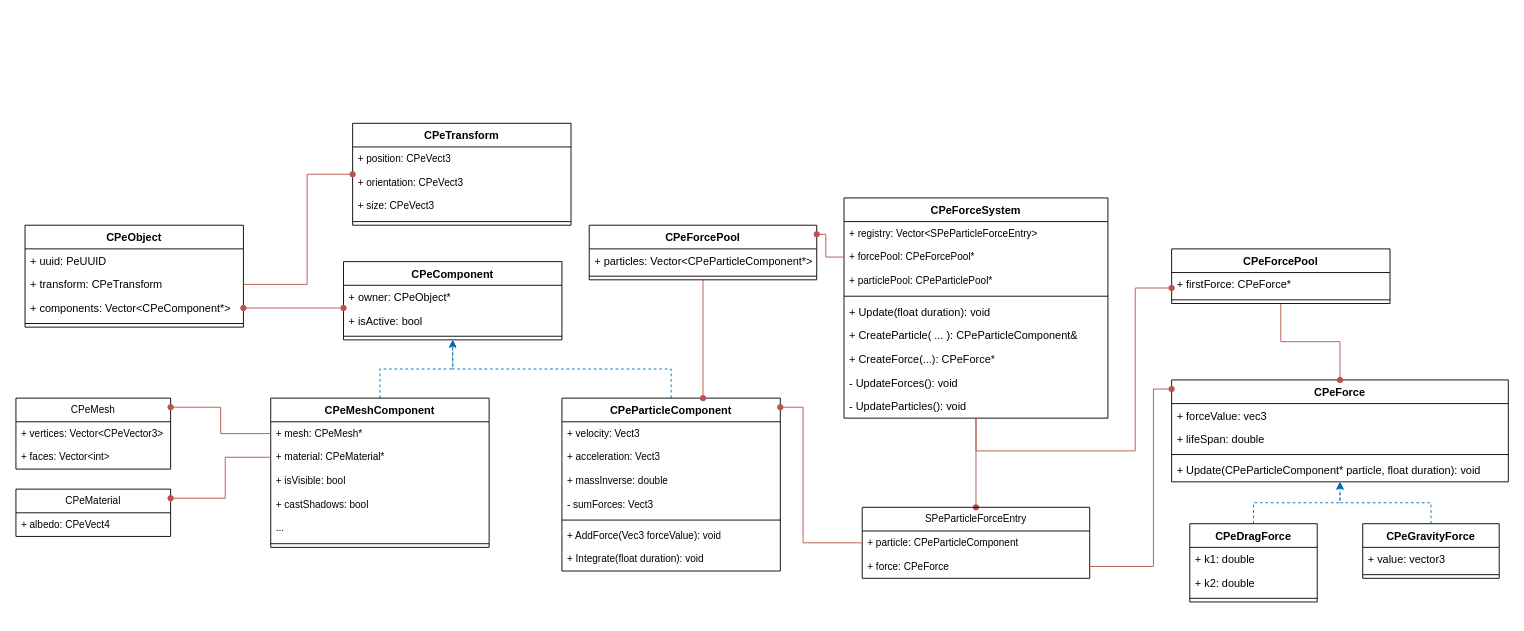
The draw.io diagram page "CES V2" (2 of 6) of docs/graphs/PepperEngine.drawio in Suiram24/PepperEngine, before the edit. Source tidied: cells renumbered, new cells numbered last; positions are measured from the earlier drawing's top-left corner, leaving out a move shared by most shapes. Both pictures are drawn from the tidied source at 91%, with x=0, y=0 at pixel (15, 123).
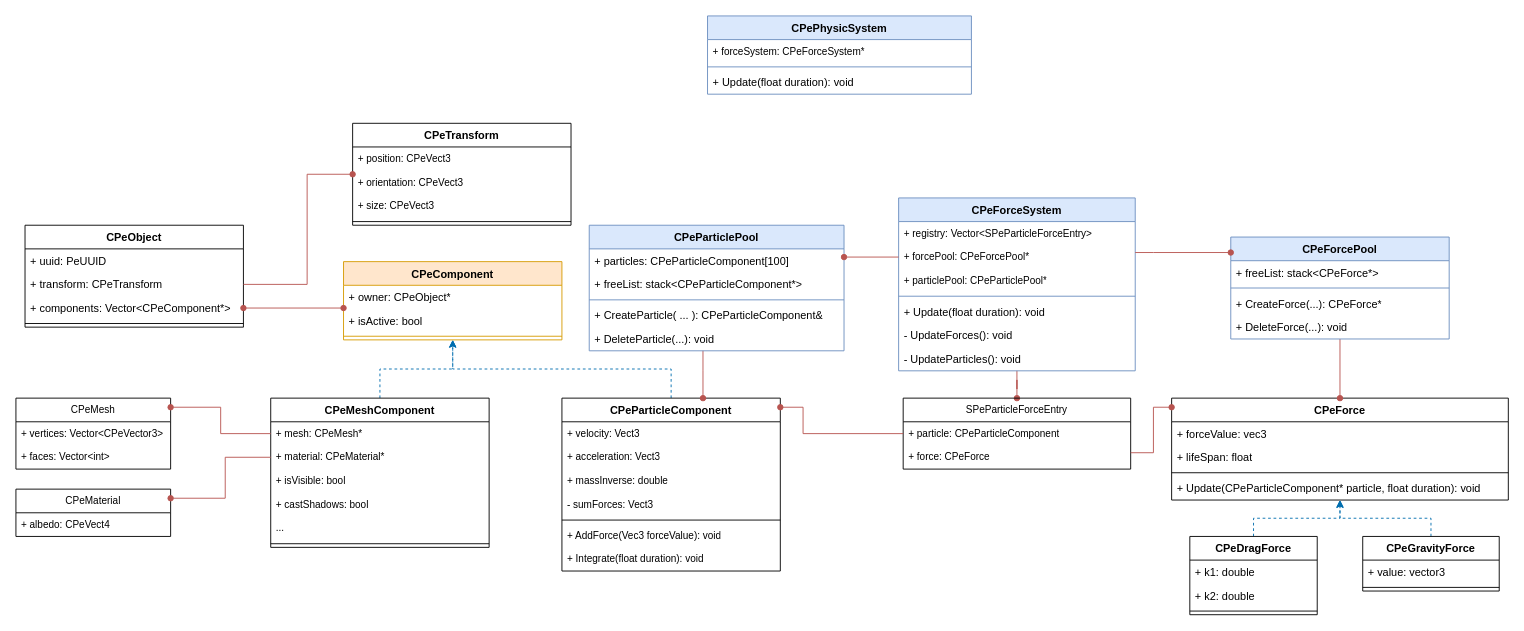
The same page after the edit.

Unchanged cells that the change refers to:
```xml
<mxCell id="12" value="CPeParticleComponent" style="swimlane;fontStyle=1;align=center;verticalAlign=top;horizontal=1;startSize=26;whiteSpace=wrap;html=1;" parent="1" vertex="1">
  <mxGeometry x="600" y="302" width="240" height="190" as="geometry" />
</mxCell>
<mxCell id="68" value="+ particle:&amp;nbsp;CPeParticleComponent" style="text;strokeColor=none;fillColor=none;align=left;verticalAlign=top;spacingLeft=4;spacingRight=4;overflow=hidden;points=[[0,0.5],[1,0.5]];portConstraint=eastwest;whiteSpace=wrap;html=1;fontSize=11;fontFamily=Helvetica;fontColor=default;" parent="67" vertex="1">
  <mxGeometry y="26" width="250" height="26" as="geometry" />
</mxCell>
<mxCell id="69" value="+ force:&amp;nbsp;CPeForce" style="text;strokeColor=none;fillColor=none;align=left;verticalAlign=top;spacingLeft=4;spacingRight=4;overflow=hidden;points=[[0,0.5],[1,0.5]];portConstraint=eastwest;whiteSpace=wrap;html=1;fontSize=11;fontFamily=Helvetica;fontColor=default;" parent="67" vertex="1">
  <mxGeometry y="52" width="250" height="26" as="geometry" />
</mxCell>
```

Change to the diagram source:
```diff
@@
-    <mxCell id="7" value="CPeComponent" style="swimlane;fontStyle=1;align=center;verticalAlign=top;horizontal=1;startSize=26;whiteSpace=wrap;html=1;" parent="1" vertex="1">
+    <mxCell id="7" value="CPeComponent" style="swimlane;fontStyle=1;align=center;verticalAlign=top;horizontal=1;startSize=26;whiteSpace=wrap;html=1;fillColor=#ffe6cc;strokeColor=#d79b00;" parent="1" vertex="1">
       <mxGeometry x="360" y="152" width="240" height="86" as="geometry" />
     </mxCell>
@@
     <mxCell id="42" value="CPeForce" style="swimlane;fontStyle=1;align=center;verticalAlign=top;horizontal=1;startSize=26;whiteSpace=wrap;html=1;" parent="1" vertex="1">
-      <mxGeometry x="1270" y="282" width="370" height="112" as="geometry" />
+      <mxGeometry x="1270" y="302" width="370" height="112" as="geometry" />
     </mxCell>
@@
-    <mxCell id="44" value="+ lifeSpan: double" style="text;strokeColor=none;fillColor=none;align=left;verticalAlign=top;spacingLeft=4;spacingRight=4;overflow=hidden;whiteSpace=wrap;html=1;" parent="42" vertex="1">
+    <mxCell id="44" value="+ lifeSpan: float" style="text;strokeColor=none;fillColor=none;align=left;verticalAlign=top;spacingLeft=4;spacingRight=4;overflow=hidden;whiteSpace=wrap;html=1;" parent="42" vertex="1">
       <mxGeometry y="52" width="370" height="26" as="geometry" />
     </mxCell>
@@
     <mxCell id="48" value="CPeDragForce" style="swimlane;fontStyle=1;align=center;verticalAlign=top;horizontal=1;startSize=26;whiteSpace=wrap;html=1;" parent="1" vertex="1">
-      <mxGeometry x="1290" y="440" width="140" height="86" as="geometry" />
+      <mxGeometry x="1290" y="454" width="140" height="86" as="geometry" />
     </mxCell>
@@
-    <mxCell id="53" value="CPeForceSystem" style="swimlane;fontStyle=1;align=center;verticalAlign=top;horizontal=1;startSize=26;whiteSpace=wrap;html=1;" parent="1" vertex="1">
-      <mxGeometry x="910" y="82" width="290" height="242" as="geometry" />
+    <mxCell id="53" value="CPeForceSystem" style="swimlane;fontStyle=1;align=center;verticalAlign=top;horizontal=1;startSize=26;whiteSpace=wrap;html=1;fillColor=#dae8fc;strokeColor=#6c8ebf;" parent="1" vertex="1">
+      <mxGeometry x="970" y="82" width="260" height="190" as="geometry" />
     </mxCell>
     <mxCell id="54" value="+ registry:&amp;nbsp;Vector&amp;lt;SPeParticleForceEntry&amp;gt;" style="text;strokeColor=none;fillColor=none;align=left;verticalAlign=top;spacingLeft=4;spacingRight=4;overflow=hidden;whiteSpace=wrap;html=1;fontSize=11;fontFamily=Helvetica;fontColor=default;" parent="53" vertex="1">
-      <mxGeometry y="26" width="290" height="26" as="geometry" />
+      <mxGeometry y="26" width="260" height="26" as="geometry" />
     </mxCell>
     <mxCell id="55" value="+ forcePool:&amp;nbsp;CPeForcePool*" style="text;strokeColor=none;fillColor=none;align=left;verticalAlign=top;spacingLeft=4;spacingRight=4;overflow=hidden;points=[[0,0.5],[1,0.5]];portConstraint=eastwest;whiteSpace=wrap;html=1;fontSize=11;fontFamily=Helvetica;fontColor=default;" parent="53" vertex="1">
-      <mxGeometry y="52" width="290" height="26" as="geometry" />
+      <mxGeometry y="52" width="260" height="26" as="geometry" />
     </mxCell>
     <mxCell id="56" value="+ particlePool:&amp;nbsp;CPeParticlePool*" style="text;strokeColor=none;fillColor=none;align=left;verticalAlign=top;spacingLeft=4;spacingRight=4;overflow=hidden;whiteSpace=wrap;html=1;fontSize=11;fontFamily=Helvetica;fontColor=default;" parent="53" vertex="1">
-      <mxGeometry y="78" width="290" height="26" as="geometry" />
+      <mxGeometry y="78" width="260" height="26" as="geometry" />
     </mxCell>
     <mxCell id="57" style="line;strokeWidth=1;fillColor=none;align=left;verticalAlign=middle;spacingTop=-1;spacingLeft=3;spacingRight=3;labelPosition=right;strokeColor=inherit;" parent="53" vertex="1">
-      <mxGeometry y="104" width="290" height="8" as="geometry" />
+      <mxGeometry y="104" width="260" height="8" as="geometry" />
     </mxCell>
     <mxCell id="58" value="+ Update(float duration): void" style="text;strokeColor=none;fillColor=none;align=left;verticalAlign=top;spacingLeft=4;spacingRight=4;overflow=hidden;whiteSpace=wrap;html=1;" parent="53" vertex="1">
-      <mxGeometry y="112" width="290" height="26" as="geometry" />
+      <mxGeometry y="112" width="260" height="26" as="geometry" />
     </mxCell>
-    <mxCell id="59" value="+ CreateParticle( ... ): CPeParticleComponent&amp;amp;" style="text;strokeColor=none;fillColor=none;align=left;verticalAlign=top;spacingLeft=4;spacingRight=4;overflow=hidden;whiteSpace=wrap;html=1;" parent="53" vertex="1">
-      <mxGeometry y="138" width="290" height="26" as="geometry" />
-    </mxCell>
-    <mxCell id="60" value="+ CreateForce(...): CPeForce*" style="text;strokeColor=none;fillColor=none;align=left;verticalAlign=top;spacingLeft=4;spacingRight=4;overflow=hidden;whiteSpace=wrap;html=1;" parent="53" vertex="1">
-      <mxGeometry y="164" width="290" height="26" as="geometry" />
-    </mxCell>
     <mxCell id="61" value="- UpdateForces(): void" style="text;strokeColor=none;fillColor=none;align=left;verticalAlign=top;spacingLeft=4;spacingRight=4;overflow=hidden;whiteSpace=wrap;html=1;" parent="53" vertex="1">
-      <mxGeometry y="190" width="290" height="26" as="geometry" />
+      <mxGeometry y="138" width="260" height="26" as="geometry" />
     </mxCell>
     <mxCell id="62" value="- UpdateParticles(): void" style="text;strokeColor=none;fillColor=none;align=left;verticalAlign=top;spacingLeft=4;spacingRight=4;overflow=hidden;whiteSpace=wrap;html=1;" parent="53" vertex="1">
-      <mxGeometry y="216" width="290" height="26" as="geometry" />
+      <mxGeometry y="164" width="260" height="26" as="geometry" />
     </mxCell>
@@
-    <mxCell id="64" value="CPeForcePool" style="swimlane;fontStyle=1;align=center;verticalAlign=top;horizontal=1;startSize=26;whiteSpace=wrap;html=1;" parent="1" vertex="1">
-      <mxGeometry x="1270" y="138" width="240" height="60" as="geometry" />
+    <mxCell id="64" value="CPeForcePool" style="swimlane;fontStyle=1;align=center;verticalAlign=top;horizontal=1;startSize=26;whiteSpace=wrap;html=1;fillColor=#dae8fc;strokeColor=#6c8ebf;" parent="1" vertex="1">
+      <mxGeometry x="1335" y="125" width="240" height="112" as="geometry" />
     </mxCell>
-    <mxCell id="65" value="+ firstForce:&amp;nbsp;CPeForce*" style="text;strokeColor=none;fillColor=none;align=left;verticalAlign=top;spacingLeft=4;spacingRight=4;overflow=hidden;whiteSpace=wrap;html=1;" parent="64" vertex="1">
-      <mxGeometry y="26" width="240" height="26" as="geometry" />
-    </mxCell>
+    <mxCell id="82" value="+ freeList: stack&amp;lt;CPeForce*&amp;gt;" style="text;strokeColor=none;fillColor=none;align=left;verticalAlign=top;spacingLeft=4;spacingRight=4;overflow=hidden;whiteSpace=wrap;html=1;" parent="64" vertex="1">
+      <mxGeometry y="26" width="240" height="26" as="geometry" />
+    </mxCell>
@@
+    <mxCell id="60" value="+ CreateForce(...): CPeForce*" style="text;strokeColor=none;fillColor=none;align=left;verticalAlign=top;spacingLeft=4;spacingRight=4;overflow=hidden;whiteSpace=wrap;html=1;" parent="64" vertex="1">
+      <mxGeometry y="60" width="240" height="26" as="geometry" />
+    </mxCell>
+    <mxCell id="83" value="+ DeleteForce(...): void" style="text;strokeColor=none;fillColor=none;align=left;verticalAlign=top;spacingLeft=4;spacingRight=4;overflow=hidden;whiteSpace=wrap;html=1;" parent="64" vertex="1">
+      <mxGeometry y="86" width="240" height="26" as="geometry" />
+    </mxCell>
     <mxCell id="67" value="SPeParticleForceEntry" style="swimlane;fontStyle=0;horizontal=1;startSize=26;fillColor=none;whiteSpace=wrap;html=1;fontFamily=Helvetica;fontSize=11;fontColor=default;" parent="1" vertex="1">
-      <mxGeometry x="930" y="422" width="250" height="78" as="geometry" />
+      <mxGeometry x="975" y="302" width="250" height="78" as="geometry" />
     </mxCell>
@@
-    <mxCell id="70" style="edgeStyle=orthogonalEdgeStyle;shape=connector;rounded=0;jettySize=auto;html=1;labelBackgroundColor=default;strokeColor=#b85450;align=center;verticalAlign=middle;fontFamily=Helvetica;fontSize=11;fontColor=default;endArrow=oval;endFill=1;fillColor=#f8cecc;" parent="1" edge="1" source="53" target="64">
+    <mxCell id="70" style="edgeStyle=orthogonalEdgeStyle;shape=connector;rounded=0;jettySize=auto;html=1;labelBackgroundColor=default;strokeColor=#b85450;align=center;verticalAlign=middle;fontFamily=Helvetica;fontSize=11;fontColor=default;endArrow=oval;endFill=1;fillColor=#f8cecc;" parent="1" edge="1" source="55" target="64">
       <mxGeometry relative="1" as="geometry">
         <Array as="points">
-          <mxPoint x="1055" y="360" />
-          <mxPoint x="1230" y="360" />
-          <mxPoint x="1230" y="181" />
+          <mxPoint x="1250" y="142" />
+          <mxPoint x="1250" y="142" />
         </Array>
       </mxGeometry>
     </mxCell>
     <mxCell id="71" style="edgeStyle=orthogonalEdgeStyle;shape=connector;rounded=0;jettySize=auto;html=1;labelBackgroundColor=default;strokeColor=#b85450;align=center;verticalAlign=middle;fontFamily=Helvetica;fontSize=11;fontColor=default;endArrow=oval;endFill=1;fillColor=#f8cecc;" parent="1" edge="1" source="68" target="12">
       <mxGeometry relative="1" as="geometry">
         <Array as="points">
-          <mxPoint x="865" y="461" />
+          <mxPoint x="865" y="341" />
           <mxPoint x="865" y="312" />
         </Array>
       </mxGeometry>
     </mxCell>
     <mxCell id="72" style="edgeStyle=orthogonalEdgeStyle;shape=connector;rounded=0;jettySize=auto;html=1;labelBackgroundColor=default;strokeColor=#b85450;align=center;verticalAlign=middle;fontFamily=Helvetica;fontSize=11;fontColor=default;endArrow=oval;endFill=1;fillColor=#f8cecc;" parent="1" edge="1" source="69" target="42">
       <mxGeometry relative="1" as="geometry">
         <Array as="points">
-          <mxPoint x="1250" y="487" />
-          <mxPoint x="1250" y="292" />
+          <mxPoint x="1250" y="362" />
+          <mxPoint x="1250" y="312" />
         </Array>
       </mxGeometry>
     </mxCell>
@@
     <mxCell id="74" value="CPeGravityForce" style="swimlane;fontStyle=1;align=center;verticalAlign=top;horizontal=1;startSize=26;whiteSpace=wrap;html=1;" parent="1" vertex="1">
-      <mxGeometry x="1480" y="440" width="150" height="60" as="geometry" />
+      <mxGeometry x="1480" y="454" width="150" height="60" as="geometry" />
     </mxCell>
@@
-    <mxCell id="78" value="CPeForcePool" style="swimlane;fontStyle=1;align=center;verticalAlign=top;horizontal=1;startSize=26;whiteSpace=wrap;html=1;" parent="1" vertex="1">
-      <mxGeometry x="630" y="112" width="250" height="60" as="geometry" />
+    <mxCell id="78" value="CPeParticlePool" style="swimlane;fontStyle=1;align=center;verticalAlign=top;horizontal=1;startSize=26;whiteSpace=wrap;html=1;fillColor=#dae8fc;strokeColor=#6c8ebf;" parent="1" vertex="1">
+      <mxGeometry x="630" y="112" width="280" height="138" as="geometry" />
     </mxCell>
-    <mxCell id="79" value="+ particles: Vector&amp;lt;CPeParticleComponent*&amp;gt;" style="text;strokeColor=none;fillColor=none;align=left;verticalAlign=top;spacingLeft=4;spacingRight=4;overflow=hidden;whiteSpace=wrap;html=1;" parent="78" vertex="1">
-      <mxGeometry y="26" width="250" height="26" as="geometry" />
+    <mxCell id="79" value="+ particles: CPeParticleComponent[100]" style="text;strokeColor=none;fillColor=none;align=left;verticalAlign=top;spacingLeft=4;spacingRight=4;overflow=hidden;whiteSpace=wrap;html=1;" parent="78" vertex="1">
+      <mxGeometry y="26" width="280" height="26" as="geometry" />
     </mxCell>
+    <mxCell id="84" value="+ freeList: stack&amp;lt;CPeParticleComponent*&amp;gt;" style="text;strokeColor=none;fillColor=none;align=left;verticalAlign=top;spacingLeft=4;spacingRight=4;overflow=hidden;whiteSpace=wrap;html=1;" parent="78" vertex="1">
+      <mxGeometry y="52" width="280" height="26" as="geometry" />
+    </mxCell>
     <mxCell id="80" style="line;strokeWidth=1;fillColor=none;align=left;verticalAlign=middle;spacingTop=-1;spacingLeft=3;spacingRight=3;labelPosition=right;strokeColor=inherit;" parent="78" vertex="1">
-      <mxGeometry y="52" width="250" height="8" as="geometry" />
+      <mxGeometry y="78" width="280" height="8" as="geometry" />
     </mxCell>
+    <mxCell id="59" value="+ CreateParticle( ... ): CPeParticleComponent&amp;amp;" style="text;strokeColor=none;fillColor=none;align=left;verticalAlign=top;spacingLeft=4;spacingRight=4;overflow=hidden;whiteSpace=wrap;html=1;" parent="78" vertex="1">
+      <mxGeometry y="86" width="280" height="26" as="geometry" />
+    </mxCell>
+    <mxCell id="85" value="+ DeleteParticle(...): void" style="text;strokeColor=none;fillColor=none;align=left;verticalAlign=top;spacingLeft=4;spacingRight=4;overflow=hidden;whiteSpace=wrap;html=1;" parent="78" vertex="1">
+      <mxGeometry y="112" width="280" height="26" as="geometry" />
+    </mxCell>
@@
+    <mxCell id="86" value="CPePhysicSystem" style="swimlane;fontStyle=1;align=center;verticalAlign=top;horizontal=1;startSize=26;whiteSpace=wrap;html=1;fillColor=#dae8fc;strokeColor=#6c8ebf;" parent="1" vertex="1">
+      <mxGeometry x="760" y="-118" width="290" height="86" as="geometry" />
+    </mxCell>
+    <mxCell id="87" value="+ forceSystem:&amp;nbsp;CPeForceSystem*" style="text;strokeColor=none;fillColor=none;align=left;verticalAlign=top;spacingLeft=4;spacingRight=4;overflow=hidden;whiteSpace=wrap;html=1;fontSize=11;fontFamily=Helvetica;fontColor=default;" parent="86" vertex="1">
+      <mxGeometry y="26" width="290" height="26" as="geometry" />
+    </mxCell>
+    <mxCell id="88" style="line;strokeWidth=1;fillColor=none;align=left;verticalAlign=middle;spacingTop=-1;spacingLeft=3;spacingRight=3;labelPosition=right;strokeColor=inherit;" parent="86" vertex="1">
+      <mxGeometry y="52" width="290" height="8" as="geometry" />
+    </mxCell>
+    <mxCell id="89" value="+ Update(float duration): void" style="text;strokeColor=none;fillColor=none;align=left;verticalAlign=top;spacingLeft=4;spacingRight=4;overflow=hidden;whiteSpace=wrap;html=1;" parent="86" vertex="1">
+      <mxGeometry y="60" width="290" height="26" as="geometry" />
+    </mxCell>
```
